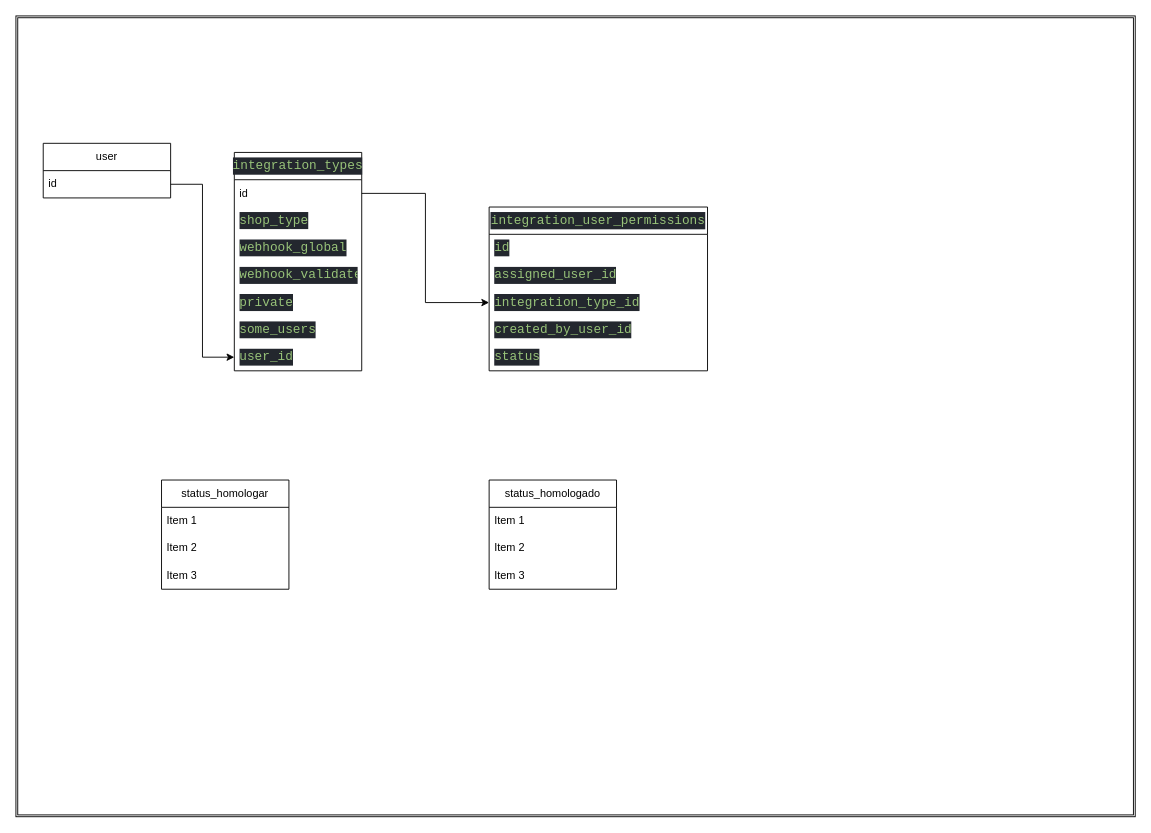
The draw.io diagram page "BD integraciones" (5 of 5) of Diagrama sin título.drawio in jhaineymilevis/diagrams, before the edit. Source tidied: cells renumbered, new cells numbered last; positions are measured from the earlier drawing's top-left corner, leaving out a move shared by most shapes. Both pictures are drawn from the tidied source at 91%, with x=0, y=0 at pixel (15, 15).
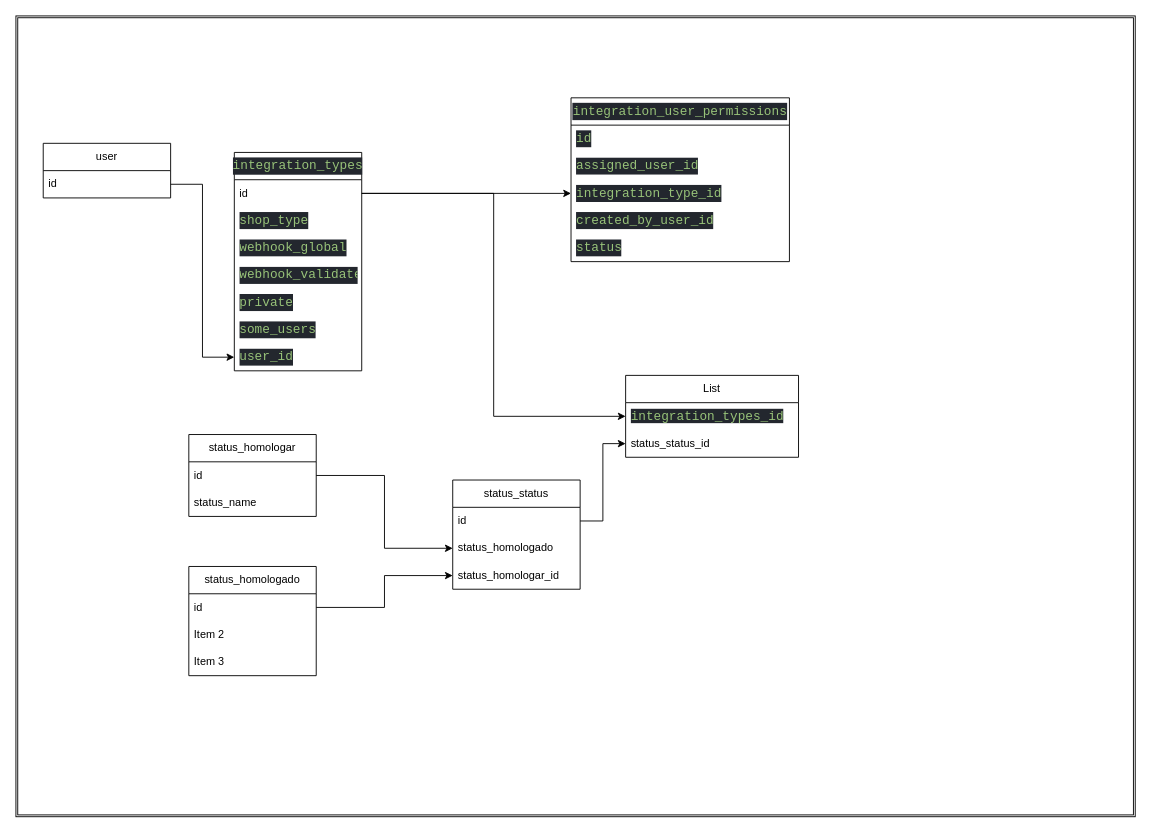
Above is the later version.

The change refers to these unchanged cells:
```xml
<mxCell id="4" value="id" style="text;strokeColor=none;fillColor=none;align=left;verticalAlign=middle;spacingLeft=4;spacingRight=4;overflow=hidden;points=[[0,0.5],[1,0.5]];portConstraint=eastwest;whiteSpace=wrap;html=1;" parent="3" vertex="1">
  <mxGeometry y="30" width="140" height="30" as="geometry" />
</mxCell>
```

Diff of the diagram source:
```diff
@@
     <mxCell id="14" value="&lt;div style=&quot;color: rgb(171, 178, 191); background-color: rgb(35, 39, 46); font-family: Consolas, &amp;quot;Courier New&amp;quot;, monospace; font-size: 14px; line-height: 19px; white-space: pre;&quot;&gt;&lt;span style=&quot;color: #98c379;&quot;&gt;integration_user_permissions&lt;/span&gt;&lt;/div&gt;" style="swimlane;fontStyle=0;horizontal=1;startSize=30;whiteSpace=wrap;html=1;" parent="1" vertex="1">
-      <mxGeometry x="520" y="210" width="240" height="180" as="geometry" />
+      <mxGeometry x="610" y="90" width="240" height="180" as="geometry" />
     </mxCell>
@@
     <mxCell id="21" value="status_homologar" style="swimlane;fontStyle=0;horizontal=1;startSize=30;whiteSpace=wrap;html=1;" parent="1" vertex="1">
-      <mxGeometry x="160" y="510" width="140" height="120" as="geometry" />
+      <mxGeometry x="190" y="460" width="140" height="90" as="geometry" />
     </mxCell>
-    <mxCell id="22" value="Item 1" style="text;strokeColor=none;fillColor=none;align=left;verticalAlign=middle;spacingLeft=4;spacingRight=4;overflow=hidden;points=[[0,0.5],[1,0.5]];portConstraint=eastwest;whiteSpace=wrap;html=1;" parent="21" vertex="1">
+    <mxCell id="22" value="id" style="text;strokeColor=none;fillColor=none;align=left;verticalAlign=middle;spacingLeft=4;spacingRight=4;overflow=hidden;points=[[0,0.5],[1,0.5]];portConstraint=eastwest;whiteSpace=wrap;html=1;" parent="21" vertex="1">
       <mxGeometry y="30" width="140" height="30" as="geometry" />
     </mxCell>
-    <mxCell id="23" value="Item 2" style="text;strokeColor=none;fillColor=none;align=left;verticalAlign=middle;spacingLeft=4;spacingRight=4;overflow=hidden;whiteSpace=wrap;html=1;" parent="21" vertex="1">
+    <mxCell id="23" value="status_name" style="text;strokeColor=none;fillColor=none;align=left;verticalAlign=middle;spacingLeft=4;spacingRight=4;overflow=hidden;whiteSpace=wrap;html=1;" parent="21" vertex="1">
       <mxGeometry y="60" width="140" height="30" as="geometry" />
     </mxCell>
-    <mxCell id="24" value="Item 3" style="text;strokeColor=none;fillColor=none;align=left;verticalAlign=middle;spacingLeft=4;spacingRight=4;overflow=hidden;whiteSpace=wrap;html=1;" parent="21" vertex="1">
-      <mxGeometry y="90" width="140" height="30" as="geometry" />
-    </mxCell>
     <mxCell id="25" value="status_homologado" style="swimlane;fontStyle=0;horizontal=1;startSize=30;whiteSpace=wrap;html=1;" parent="1" vertex="1">
-      <mxGeometry x="520" y="510" width="140" height="120" as="geometry" />
+      <mxGeometry x="190" y="605" width="140" height="120" as="geometry" />
     </mxCell>
-    <mxCell id="26" value="Item 1" style="text;strokeColor=none;fillColor=none;align=left;verticalAlign=middle;spacingLeft=4;spacingRight=4;overflow=hidden;points=[[0,0.5],[1,0.5]];portConstraint=eastwest;whiteSpace=wrap;html=1;" parent="25" vertex="1">
+    <mxCell id="26" value="id" style="text;strokeColor=none;fillColor=none;align=left;verticalAlign=middle;spacingLeft=4;spacingRight=4;overflow=hidden;points=[[0,0.5],[1,0.5]];portConstraint=eastwest;whiteSpace=wrap;html=1;" parent="25" vertex="1">
       <mxGeometry y="30" width="140" height="30" as="geometry" />
     </mxCell>
@@
+    <mxCell id="29" value="List" style="swimlane;fontStyle=0;horizontal=1;startSize=30;whiteSpace=wrap;html=1;" parent="1" vertex="1">
+      <mxGeometry x="670" y="395" width="190" height="90" as="geometry" />
+    </mxCell>
+    <mxCell id="30" value="&lt;span style=&quot;color: rgb(152, 195, 121); font-family: Consolas, &amp;quot;Courier New&amp;quot;, monospace; font-size: 14px; text-align: center; white-space: pre; background-color: rgb(35, 39, 46);&quot;&gt;integration_types_id&lt;/span&gt;" style="text;strokeColor=none;fillColor=none;align=left;verticalAlign=middle;spacingLeft=4;spacingRight=4;overflow=hidden;points=[[0,0.5],[1,0.5]];portConstraint=eastwest;whiteSpace=wrap;html=1;" parent="29" vertex="1">
+      <mxGeometry y="30" width="190" height="30" as="geometry" />
+    </mxCell>
+    <mxCell id="31" value="&lt;span style=&quot;text-align: center;&quot;&gt;status_status_id&lt;/span&gt;" style="text;strokeColor=none;fillColor=none;align=left;verticalAlign=middle;spacingLeft=4;spacingRight=4;overflow=hidden;points=[[0,0.5],[1,0.5]];portConstraint=eastwest;whiteSpace=wrap;html=1;" parent="29" vertex="1">
+      <mxGeometry y="60" width="190" height="30" as="geometry" />
+    </mxCell>
+    <mxCell id="32" style="edgeStyle=orthogonalEdgeStyle;rounded=0;jettySize=auto;html=1;exitX=1;exitY=0.5;exitDx=0;exitDy=0;entryX=0;entryY=0.5;entryDx=0;entryDy=0;" parent="1" edge="1" source="4" target="30">
+      <mxGeometry relative="1" as="geometry" />
+    </mxCell>
+    <mxCell id="33" value="status_status" style="swimlane;fontStyle=0;horizontal=1;startSize=30;whiteSpace=wrap;html=1;" parent="1" vertex="1">
+      <mxGeometry x="480" y="510" width="140" height="120" as="geometry" />
+    </mxCell>
+    <mxCell id="34" value="&lt;span style=&quot;text-align: center;&quot;&gt;id&lt;/span&gt;" style="text;strokeColor=none;fillColor=none;align=left;verticalAlign=middle;spacingLeft=4;spacingRight=4;overflow=hidden;points=[[0,0.5],[1,0.5]];portConstraint=eastwest;whiteSpace=wrap;html=1;" parent="33" vertex="1">
+      <mxGeometry y="30" width="140" height="30" as="geometry" />
+    </mxCell>
+    <mxCell id="35" value="&lt;span style=&quot;text-align: center;&quot;&gt;status_homologado&lt;/span&gt;" style="text;strokeColor=none;fillColor=none;align=left;verticalAlign=middle;spacingLeft=4;spacingRight=4;overflow=hidden;points=[[0,0.5],[1,0.5]];portConstraint=eastwest;whiteSpace=wrap;html=1;" parent="33" vertex="1">
+      <mxGeometry y="60" width="140" height="30" as="geometry" />
+    </mxCell>
+    <mxCell id="36" value="&lt;span style=&quot;text-align: center;&quot;&gt;status_homologar_id&lt;/span&gt;" style="text;strokeColor=none;fillColor=none;align=left;verticalAlign=middle;spacingLeft=4;spacingRight=4;overflow=hidden;points=[[0,0.5],[1,0.5]];portConstraint=eastwest;whiteSpace=wrap;html=1;" parent="33" vertex="1">
+      <mxGeometry y="90" width="140" height="30" as="geometry" />
+    </mxCell>
+    <mxCell id="37" style="edgeStyle=orthogonalEdgeStyle;rounded=0;jettySize=auto;html=1;exitX=1;exitY=0.5;exitDx=0;exitDy=0;" parent="1" edge="1" source="22" target="35">
+      <mxGeometry relative="1" as="geometry" />
+    </mxCell>
+    <mxCell id="38" style="edgeStyle=orthogonalEdgeStyle;rounded=0;jettySize=auto;html=1;exitX=1;exitY=0.5;exitDx=0;exitDy=0;entryX=0;entryY=0.5;entryDx=0;entryDy=0;" parent="1" edge="1" source="26" target="36">
+      <mxGeometry relative="1" as="geometry" />
+    </mxCell>
+    <mxCell id="39" style="edgeStyle=orthogonalEdgeStyle;rounded=0;jettySize=auto;html=1;exitX=1;exitY=0.5;exitDx=0;exitDy=0;" parent="1" edge="1" source="34" target="31">
+      <mxGeometry relative="1" as="geometry" />
+    </mxCell>
```
